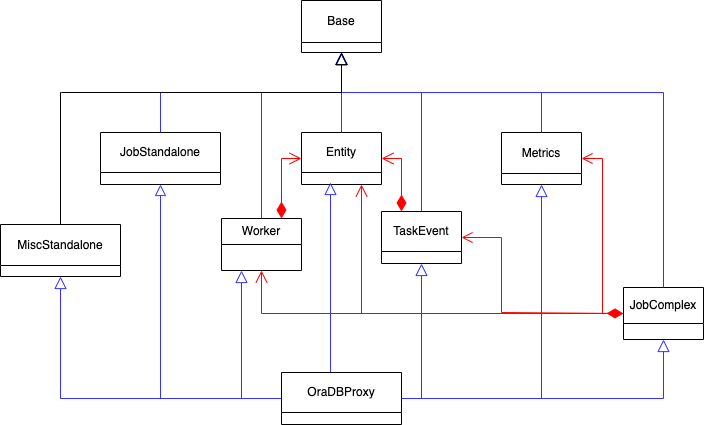
This is pandaserver/taskbuffer/db_proxy_mods/OraDBProxy_structure.png from PanDAWMS/panda-server, a draw.io export, as it was before one commit. Source tidied: cells renumbered, new cells last; positions are measured from the earlier drawing's top-left corner, leaving out a move shared by most shapes.
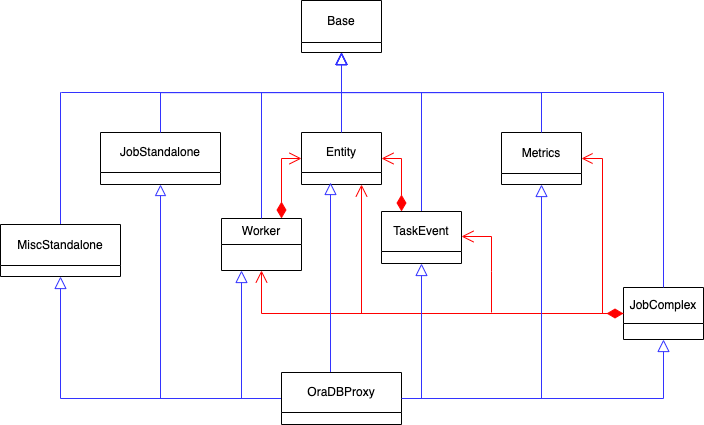
After the commit.

Commit message:
OraDBProxy refactoring

Diff of the diagram source:
```diff
@@ -17,15 +17,7 @@
     <mxCell id="6" value="Worker" style="swimlane;fontStyle=0;horizontal=1;startSize=26;fillColor=none;whiteSpace=wrap;html=1;" parent="1" vertex="1">
       <mxGeometry x="221" y="218" width="80" height="52" as="geometry" />
     </mxCell>
-    <mxCell id="7" style="edgeStyle=orthogonalEdgeStyle;rounded=0;jettySize=auto;html=1;exitX=1;exitY=0.5;exitDx=0;exitDy=0;entryX=0;entryY=0.5;entryDx=0;entryDy=0;endArrow=diamondThin;endFill=1;endSize=14;startArrow=open;startFill=0;startSize=9;strokeColor=#FF0000;" parent="1" edge="1" source="31" target="9">
-      <mxGeometry relative="1" as="geometry">
-        <Array as="points">
-          <mxPoint x="501" y="237" />
-          <mxPoint x="501" y="312" />
-        </Array>
-      </mxGeometry>
-    </mxCell>
-    <mxCell id="8" style="edgeStyle=orthogonalEdgeStyle;rounded=0;jettySize=auto;html=1;exitX=0;exitY=0.5;exitDx=0;exitDy=0;entryX=0.5;entryY=1;entryDx=0;entryDy=0;strokeColor=#FF0000;endArrow=open;endFill=0;endSize=10;" parent="1" edge="1" source="9" target="6">
+    <mxCell id="8" style="edgeStyle=orthogonalEdgeStyle;rounded=0;jettySize=auto;html=1;exitX=0;exitY=0.5;exitDx=0;exitDy=0;entryX=0.5;entryY=1;entryDx=0;entryDy=0;strokeColor=#FF0000;endArrow=open;endFill=0;endSize=10;startArrow=diamondThin;startFill=1;startSize=14;" parent="1" edge="1" source="9" target="6">
       <mxGeometry relative="1" as="geometry" />
     </mxCell>
     <mxCell id="9" value="JobComplex" style="swimlane;fontStyle=0;horizontal=1;startSize=36;fillColor=none;whiteSpace=wrap;html=1;" parent="1" vertex="1">
@@ -113,7 +105,7 @@
     <mxCell id="27" style="endArrow=block;endSize=10;endFill=0;shadow=0;strokeWidth=1;rounded=0;curved=0;edgeStyle=elbowEdgeStyle;elbow=vertical;exitX=0.5;exitY=0;exitDx=0;exitDy=0;strokeColor=light-dark(#3333FF,#FFFFFF);entryX=0.5;entryY=1;entryDx=0;entryDy=0;" parent="1" edge="1" source="13" target="4">
       <mxGeometry relative="1" as="geometry" />
     </mxCell>
-    <mxCell id="28" style="edgeStyle=orthogonalEdgeStyle;rounded=0;jettySize=auto;html=1;exitX=0.5;exitY=0;exitDx=0;exitDy=0;endArrow=block;endFill=0;endSize=10;" parent="1" edge="1" source="29">
+    <mxCell id="28" style="edgeStyle=orthogonalEdgeStyle;rounded=0;jettySize=auto;html=1;exitX=0.5;exitY=0;exitDx=0;exitDy=0;endArrow=block;endFill=0;endSize=10;strokeColor=light-dark(#3333FF,#FFFFFF);" parent="1" edge="1" source="29">
       <mxGeometry relative="1" as="geometry">
         <mxPoint x="341" y="52" as="targetPoint" />
         <Array as="points">
@@ -131,5 +123,20 @@
     <mxCell id="31" value="TaskEvent" style="swimlane;fontStyle=0;horizontal=1;startSize=40;fillColor=none;whiteSpace=wrap;html=1;" parent="1" vertex="1">
       <mxGeometry x="381" y="211" width="80" height="52" as="geometry" />
     </mxCell>
+    <mxCell id="32" style="endArrow=none;html=1;rounded=0;strokeColor=#FF0000;startArrow=open;startFill=0;startSize=10;" parent="1" edge="1">
+      <mxGeometry relative="1" as="geometry">
+        <mxPoint x="461" y="236" as="sourcePoint" />
+        <mxPoint x="491" y="236" as="targetPoint" />
+      </mxGeometry>
+    </mxCell>
+    <mxCell id="33" style="endArrow=none;html=1;rounded=0;strokeColor=#FF0000;" parent="1" edge="1">
+      <mxGeometry relative="1" as="geometry">
+        <mxPoint x="491" y="312" as="sourcePoint" />
+        <mxPoint x="491" y="236" as="targetPoint" />
+        <Array as="points">
+          <mxPoint x="491" y="271" />
+        </Array>
+      </mxGeometry>
+    </mxCell>
   </root>
 </mxGraphModel>
```
